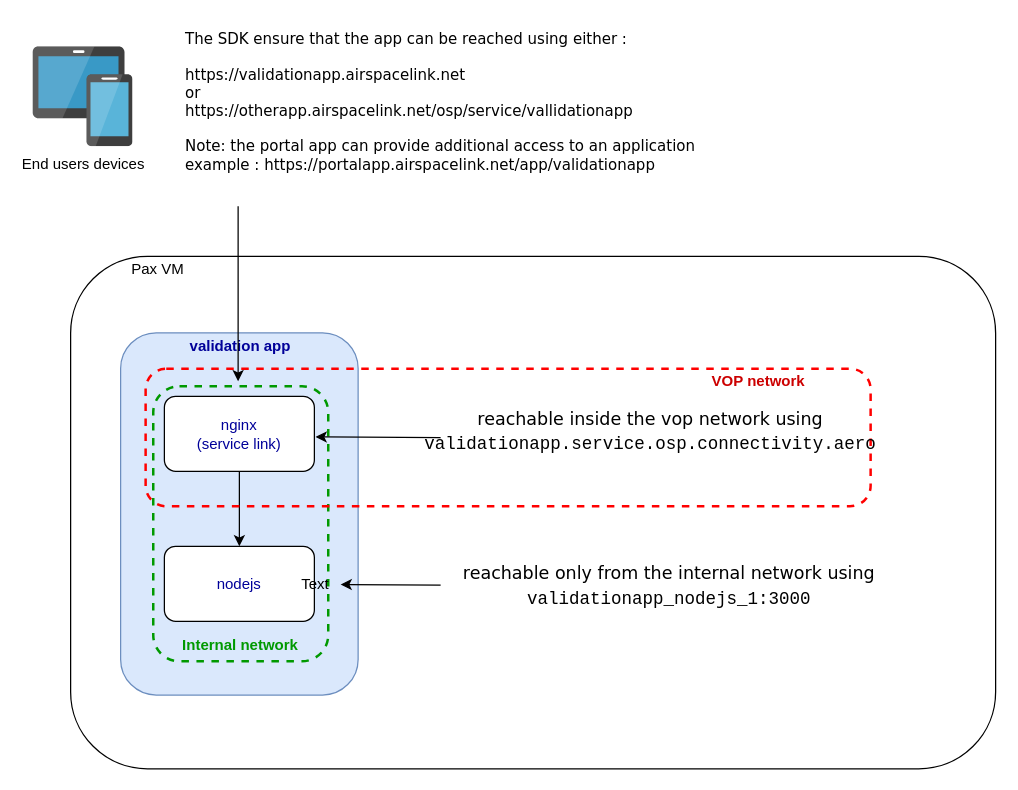
Before: SDK-Networking.drawio in claytonbrown/aws-drawing, a draw.io diagram. Source tidied: cells renumbered, new cells numbered last; positions are measured from the earlier drawing's top-left corner, leaving out a move shared by most shapes. Both pictures are drawn from the tidied source at 125%, with x=0, y=0 at pixel (32, 21).
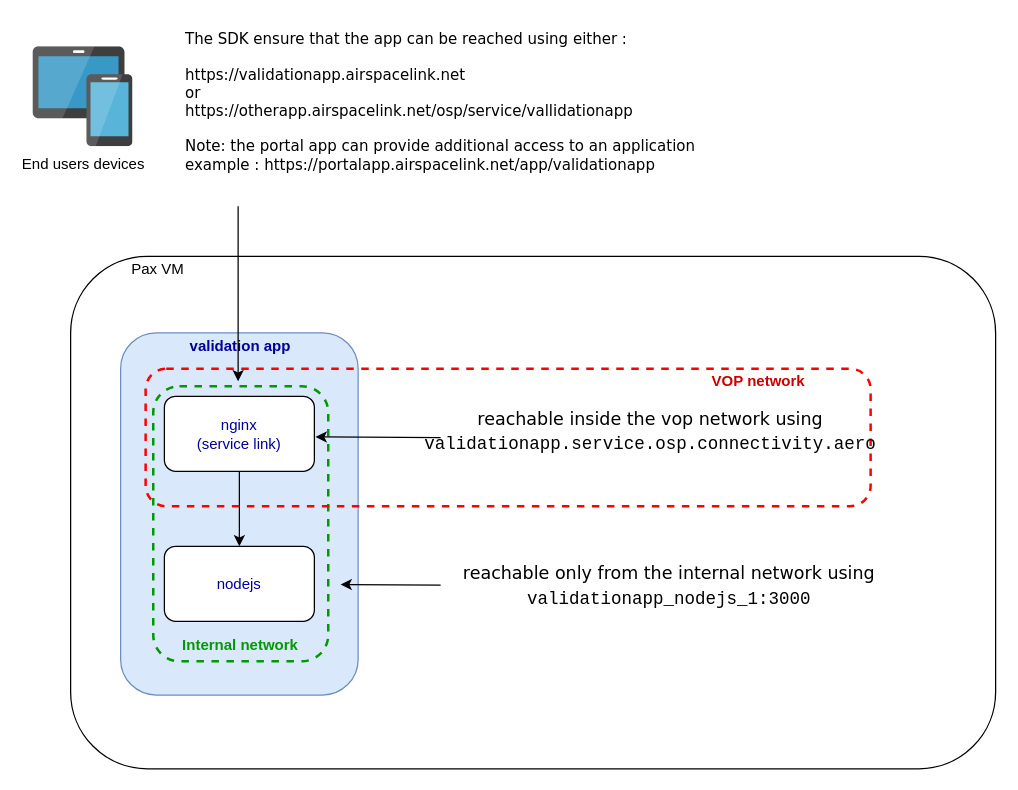
Above is the later version.

Diff of the diagram source:
```diff
@@
-    <mxCell id="21" style="endArrow=classic;html=1;fontColor=#009900;" parent="1" edge="1" target="22">
+    <mxCell id="21" style="endArrow=classic;html=1;fontColor=#009900;" parent="1" edge="1">
       <mxGeometry relative="1" as="geometry">
         <mxPoint x="326" y="450.5" as="sourcePoint" />
+        <mxPoint x="246" y="450.1" as="targetPoint" />
       </mxGeometry>
     </mxCell>
-    <mxCell id="22" value="Text" style="text;html=1;strokeColor=none;fillColor=none;align=center;verticalAlign=middle;whiteSpace=wrap;rounded=0;" parent="1" vertex="1">
-      <mxGeometry x="206" y="440" width="40" height="20" as="geometry" />
-    </mxCell>
```
